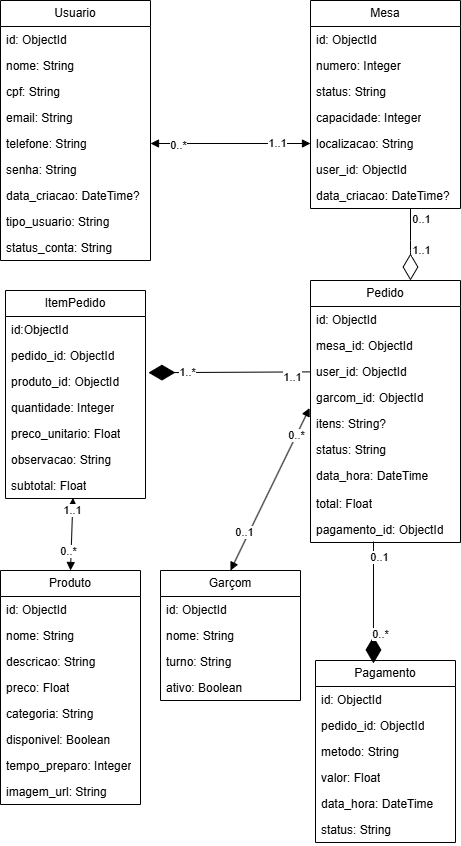
Earlier version of the draw.io export docs/NoAM.png (FatecFranca/DSM-P3-G03-2025-2). Source tidied: cells renumbered, new cells last; positions are measured from the earlier drawing's top-left corner, leaving out a move shared by most shapes.
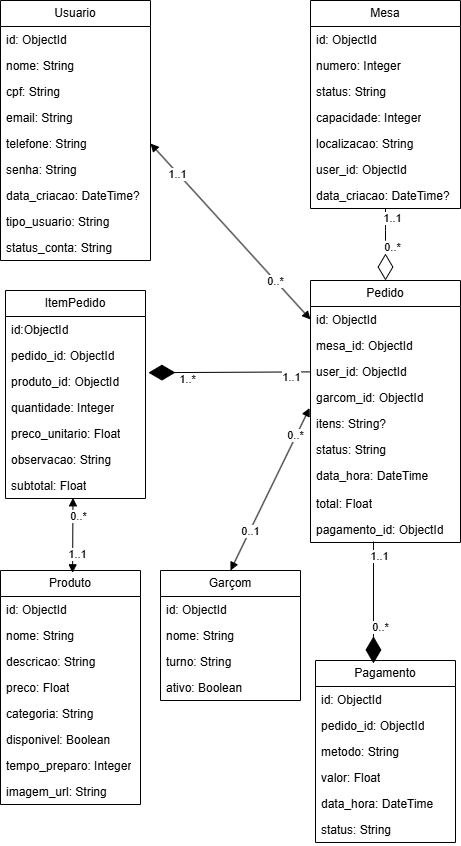
Above is the later version.

Commit message:
Atualizando diagrama e o PDF 07/10/25

What changed in the source:
```diff
@@ -177,7 +177,9 @@
       <mxGeometry relative="1" as="geometry" />
     </mxCell>
     <mxCell id="60" value="1..*" style="edgeLabel;html=1;align=center;verticalAlign=middle;" parent="59" vertex="1">
-      <mxGeometry x="0.53" y="-1" relative="1" as="geometry" />
+      <mxGeometry x="0.53" y="-1" relative="1" as="geometry">
+        <mxPoint y="7" as="offset" />
+      </mxGeometry>
     </mxCell>
     <mxCell id="61" value="1..1" style="edgeLabel;html=1;align=center;verticalAlign=middle;" parent="59" vertex="1">
       <mxGeometry x="-0.76" y="5" relative="1" as="geometry" />
@@ -187,36 +189,36 @@
     </mxCell>
     <mxCell id="63" value="0..*" style="edgeLabel;html=1;align=center;verticalAlign=middle;" parent="62" vertex="1">
       <mxGeometry x="0.53" y="-1" relative="1" as="geometry">
-        <mxPoint x="7" as="offset" />
+        <mxPoint x="7" y="-8" as="offset" />
       </mxGeometry>
     </mxCell>
-    <mxCell id="64" value="0..1" style="edgeLabel;html=1;align=center;verticalAlign=middle;" parent="62" vertex="1">
+    <mxCell id="64" value="1..1" style="edgeLabel;html=1;align=center;verticalAlign=middle;" parent="62" vertex="1">
       <mxGeometry x="-0.76" y="5" relative="1" as="geometry" />
     </mxCell>
-    <mxCell id="65" style="endArrow=diamondThin;endFill=0;endSize=24;html=1;edgeStyle=elbowEdgeStyle;" parent="1" edge="1" source="19" target="20">
+    <mxCell id="65" style="endArrow=diamondThin;endFill=0;endSize=24;html=1;edgeStyle=elbowEdgeStyle;exitX=0.5;exitY=1;exitDx=0;exitDy=0;entryX=0.5;entryY=0;entryDx=0;entryDy=0;" parent="1" edge="1" source="12" target="20">
       <mxGeometry relative="1" as="geometry">
         <Array as="points">
-          <mxPoint x="410" y="250" />
+          <mxPoint x="385" y="240" />
         </Array>
       </mxGeometry>
     </mxCell>
-    <mxCell id="66" value="0..1" style="edgeLabel;html=1;align=center;verticalAlign=middle;" parent="65" vertex="1">
+    <mxCell id="66" value="1..1" style="edgeLabel;html=1;align=center;verticalAlign=middle;" parent="65" vertex="1">
       <mxGeometry x="-0.8" relative="1" as="geometry">
-        <mxPoint x="10" y="3" as="offset" />
+        <mxPoint x="6" y="3" as="offset" />
       </mxGeometry>
     </mxCell>
-    <mxCell id="67" value="1..1" style="edgeLabel;html=1;align=center;verticalAlign=middle;" parent="65" vertex="1">
+    <mxCell id="67" value="0..*" style="edgeLabel;html=1;align=center;verticalAlign=middle;" parent="65" vertex="1">
       <mxGeometry x="0.71" y="-2" relative="1" as="geometry">
-        <mxPoint x="12" y="-20" as="offset" />
+        <mxPoint x="8" y="-23" as="offset" />
       </mxGeometry>
     </mxCell>
-    <mxCell id="68" style="endArrow=block;startArrow=block;endFill=1;startFill=1;html=1;exitX=1;exitY=0.5;exitDx=0;exitDy=0;entryX=0;entryY=0.5;entryDx=0;entryDy=0;" parent="1" edge="1" source="7" target="17">
+    <mxCell id="68" style="endArrow=block;startArrow=block;endFill=1;startFill=1;html=1;exitX=1;exitY=0.5;exitDx=0;exitDy=0;entryX=0;entryY=0.5;entryDx=0;entryDy=0;" parent="1" edge="1" source="7" target="21">
       <mxGeometry relative="1" as="geometry" />
     </mxCell>
-    <mxCell id="69" value="0..*" style="edgeLabel;html=1;align=center;verticalAlign=middle;" parent="68" vertex="1">
+    <mxCell id="69" value="1..1" style="edgeLabel;html=1;align=center;verticalAlign=middle;" parent="68" vertex="1">
       <mxGeometry x="-0.66" y="-1" relative="1" as="geometry" />
     </mxCell>
-    <mxCell id="70" value="1..1" style="edgeLabel;html=1;align=center;verticalAlign=middle;" parent="68" vertex="1">
+    <mxCell id="70" value="0..*" style="edgeLabel;html=1;align=center;verticalAlign=middle;" parent="68" vertex="1">
       <mxGeometry x="0.58" y="-3" relative="1" as="geometry">
         <mxPoint y="-4" as="offset" />
       </mxGeometry>
@@ -229,18 +231,20 @@
     </mxCell>
     <mxCell id="73" value="0..1" style="edgeLabel;html=1;align=center;verticalAlign=middle;" parent="71" vertex="1">
       <mxGeometry x="0.58" y="-3" relative="1" as="geometry">
-        <mxPoint y="-4" as="offset" />
+        <mxPoint x="5" y="-4" as="offset" />
       </mxGeometry>
     </mxCell>
-    <mxCell id="74" style="endArrow=block;startArrow=block;endFill=1;startFill=1;html=1;exitX=0.482;exitY=0.974;exitDx=0;exitDy=0;entryX=0.5;entryY=0;entryDx=0;entryDy=0;exitPerimeter=0;" parent="1" edge="1" source="37" target="38">
+    <mxCell id="74" style="endArrow=block;startArrow=block;endFill=1;startFill=1;html=1;exitX=0.482;exitY=0.974;exitDx=0;exitDy=0;entryX=0.515;entryY=0.01;entryDx=0;entryDy=0;exitPerimeter=0;entryPerimeter=0;" parent="1" edge="1" source="37" target="38">
       <mxGeometry relative="1" as="geometry" />
     </mxCell>
-    <mxCell id="75" value="1..1" style="edgeLabel;html=1;align=center;verticalAlign=middle;" parent="74" vertex="1">
-      <mxGeometry x="-0.66" y="-1" relative="1" as="geometry" />
+    <mxCell id="75" value="0..*" style="edgeLabel;html=1;align=center;verticalAlign=middle;" parent="74" vertex="1">
+      <mxGeometry x="-0.66" y="-1" relative="1" as="geometry">
+        <mxPoint x="6" y="5" as="offset" />
+      </mxGeometry>
     </mxCell>
-    <mxCell id="76" value="0..*" style="edgeLabel;html=1;align=center;verticalAlign=middle;" parent="74" vertex="1">
+    <mxCell id="76" value="1..1" style="edgeLabel;html=1;align=center;verticalAlign=middle;" parent="74" vertex="1">
       <mxGeometry x="0.58" y="-3" relative="1" as="geometry">
-        <mxPoint y="-4" as="offset" />
+        <mxPoint x="7" y="-4" as="offset" />
       </mxGeometry>
     </mxCell>
   </root>
```
